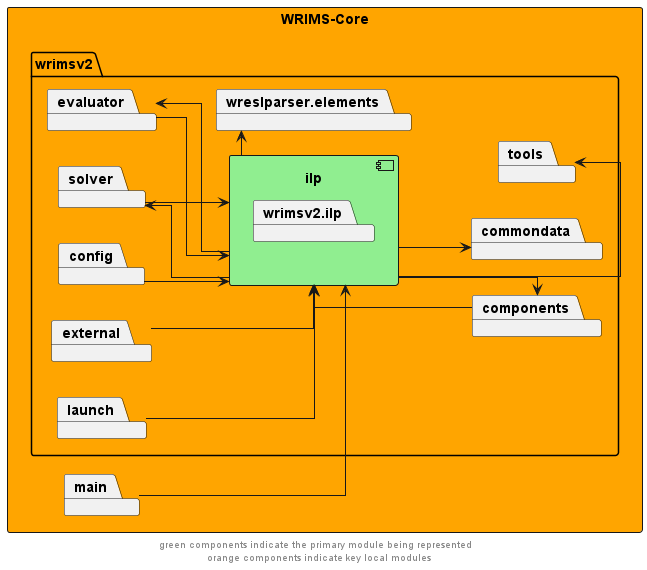
Before: docs/diagrams/wrims-core/wrims-core_ilp.png, a diagram exported from PlantUML (CentralValleyModeling/wrims). Source of this version:
```plantuml
@startuml
left to right direction
skinparam linetype ortho

rectangle wrims_core as "WRIMS-Core" #orange {
        package wrimsv2{
            package ilp {
                component ilp #lightgreen {
                    package wrimsv2.ilp
                }
            }
        package commondata
        package components
        package evaluator
        package solver
        package tools
        package wreslparser.elements

        package config
        package external
        package launch
    }
package main
}

ilp -->  components
components -left->  ilp
ilp -left->  evaluator
evaluator -->  ilp
ilp -left->  solver
solver -->  ilp

ilp -->  commondata
ilp -->  tools
ilp -r->  wreslparser.elements

config --> ilp
external --> ilp
launch --> ilp

main --> ilp


footer "green components indicate the primary module being represented \n orange components indicate key local modules"
@enduml
```
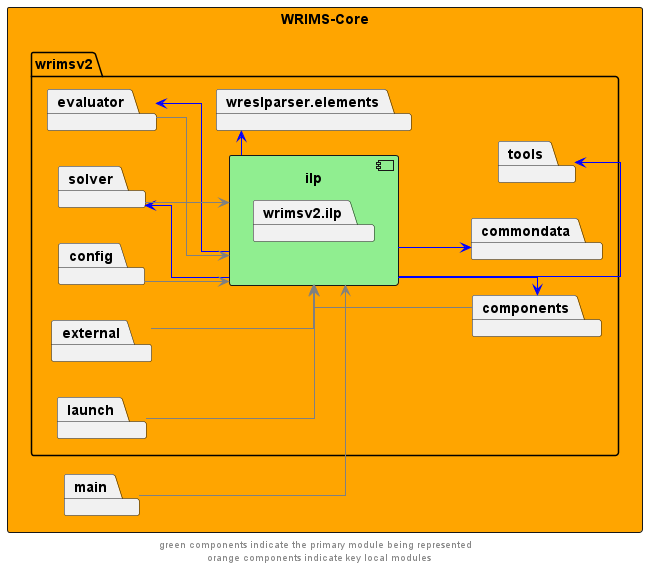
After the change.

What changed in the source:
```diff
@@ -23,22 +23,22 @@
 package main
 }
 
-ilp -->  components
-components -left->  ilp
-ilp -left->  evaluator
-evaluator -->  ilp
-ilp -left->  solver
-solver -->  ilp
+ilp -->  components #blue
+components -left->  ilp #grey
+ilp -left->  evaluator #blue
+evaluator -->  ilp #grey
+ilp -left->  solver #blue
+solver -->  ilp #grey
 
-ilp -->  commondata
-ilp -->  tools
-ilp -r->  wreslparser.elements
+ilp -->  commondata #blue
+ilp -->  tools #blue
+ilp -r->  wreslparser.elements #blue
 
-config --> ilp
-external --> ilp
-launch --> ilp
+config --> ilp #grey
+external --> ilp #grey
+launch --> ilp #grey
 
-main --> ilp
+main --> ilp #grey
 
 
 footer "green components indicate the primary module being represented \n orange components indicate key local modules"
```
